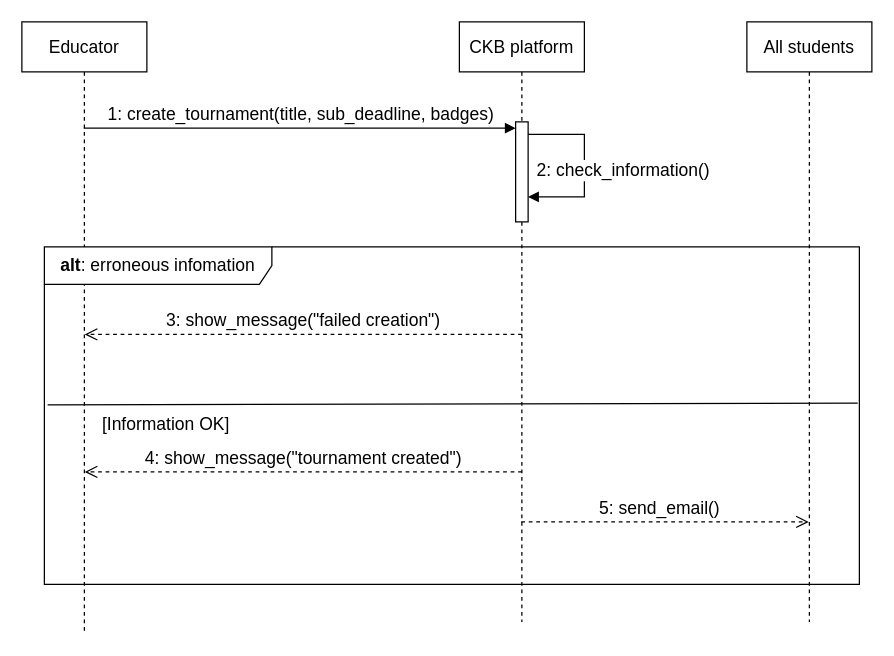
mttcrn/software-engineering-II-project keeps this draw.io diagram as page "Create a tournament" (3 of 19) of diagrams/sequence diagrams/sequence_diagrams.drawio. Above is the earlier version. Source tidied: cells renumbered, new cells numbered last; positions are measured from the earlier drawing's top-left corner, leaving out a move shared by most shapes. Both pictures are drawn from the tidied source at 125%, with x=0, y=0 at pixel (21, 21).
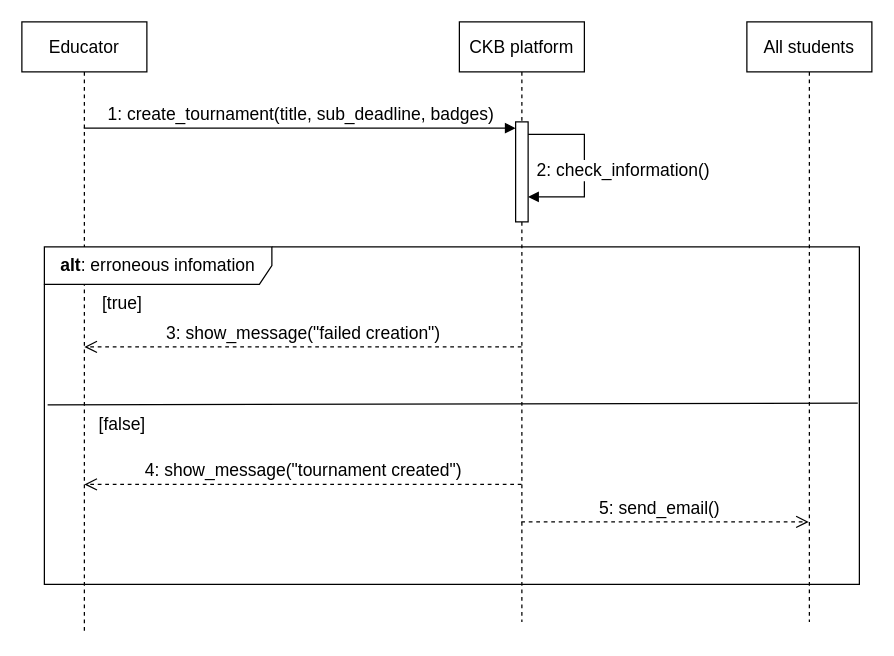
The same diagram, later.

The edit, as a diff of the source:
```diff
@@
     <mxCell id="6" value="4: show_message(&quot;tournament created&quot;)" style="html=1;verticalAlign=bottom;endArrow=open;dashed=1;endSize=8;curved=0;rounded=0;fontSize=14;" parent="1" edge="1">
       <mxGeometry relative="1" as="geometry">
-        <mxPoint x="400" y="360" as="sourcePoint" />
-        <mxPoint x="50.3" y="360" as="targetPoint" />
+        <mxPoint x="399.7" y="370" as="sourcePoint" />
+        <mxPoint x="50" y="370" as="targetPoint" />
       </mxGeometry>
     </mxCell>
@@
     <mxCell id="10" value="3: show_message(&quot;failed creation&quot;)" style="html=1;verticalAlign=bottom;endArrow=open;dashed=1;endSize=8;curved=0;rounded=0;fontSize=14;" parent="1" edge="1">
       <mxGeometry relative="1" as="geometry">
-        <mxPoint x="400" y="250" as="sourcePoint" />
-        <mxPoint x="50.3" y="250" as="targetPoint" />
+        <mxPoint x="399.7" y="260" as="sourcePoint" />
+        <mxPoint x="50" y="260" as="targetPoint" />
       </mxGeometry>
     </mxCell>
@@
-    <mxCell id="14" value="&lt;span style=&quot;font-size: 14px;&quot;&gt;[Information OK]&lt;/span&gt;" style="text;html=1;align=center;verticalAlign=middle;strokeColor=none;fillColor=none;fontSize=14;" parent="1" vertex="1">
-      <mxGeometry x="50" y="307" width="130" height="30" as="geometry" />
+    <mxCell id="14" value="&lt;span style=&quot;font-size: 14px;&quot;&gt;[false]&lt;/span&gt;" style="text;html=1;align=center;verticalAlign=middle;strokeColor=none;fillColor=none;fontSize=14;" parent="1" vertex="1">
+      <mxGeometry x="50" y="307" width="60" height="30" as="geometry" />
     </mxCell>
+    <mxCell id="15" value="[true]" style="text;html=1;align=center;verticalAlign=middle;strokeColor=none;fillColor=none;fontSize=14;" parent="1" vertex="1">
+      <mxGeometry x="50" y="210" width="60" height="30" as="geometry" />
+    </mxCell>
```
